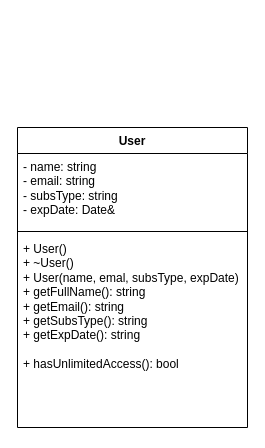
This is dz3.drawio from peerpressurre/diagrams, a draw.io file, before an edit. Source tidied: cells renumbered, new cells numbered last; positions are measured from the earlier drawing's top-left corner, leaving out a move shared by most shapes. Both pictures are drawn from the tidied source at 100%, with x=0, y=0 at pixel (17, 127).
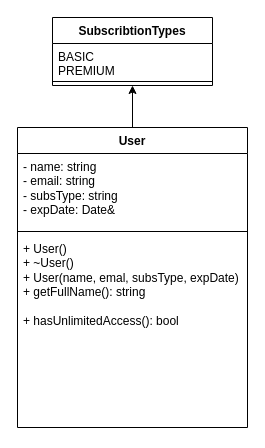
Above is the later version.

The edit, as a diff of the source:
```diff
@@
 <mxGraphModel>
   <root>
     <mxCell id="0" />
     <mxCell id="1" parent="0" />
+    <mxCell id="6" style="edgeStyle=orthogonalEdgeStyle;rounded=0;jettySize=auto;html=1;entryX=0.5;entryY=1;entryDx=0;entryDy=0;" parent="1" edge="1" source="2" target="7">
+      <mxGeometry relative="1" as="geometry" />
+    </mxCell>
     <mxCell id="2" value="User" style="swimlane;fontStyle=1;align=center;verticalAlign=top;horizontal=1;startSize=26;whiteSpace=wrap;html=1;" parent="1" vertex="1">
       <mxGeometry width="230" height="300" as="geometry" />
     </mxCell>
     <mxCell id="3" value="- name: string&lt;br&gt;- email: string&lt;br&gt;- subsType: string&lt;br&gt;- expDate: Date&amp;amp;&amp;nbsp;" style="text;strokeColor=none;fillColor=none;align=left;verticalAlign=top;spacingLeft=4;spacingRight=4;overflow=hidden;whiteSpace=wrap;html=1;" parent="2" vertex="1">
       <mxGeometry y="26" width="230" height="74" as="geometry" />
     </mxCell>
     <mxCell id="4" style="line;strokeWidth=1;fillColor=none;align=left;verticalAlign=middle;spacingTop=-1;spacingLeft=3;spacingRight=3;labelPosition=right;strokeColor=inherit;" parent="2" vertex="1">
       <mxGeometry y="100" width="230" height="8" as="geometry" />
     </mxCell>
-    <mxCell id="5" value="+ User()&lt;br&gt;+ ~User()&lt;br&gt;+ User(name, emal, subsType, expDate)&lt;br&gt;+ getFullName(): string&lt;br&gt;+ getEmail(): string&lt;br&gt;+ getSubsType(): string&lt;br&gt;+ getExpDate(): string&lt;br&gt;&lt;br&gt;+ hasUnlimitedAccess(): bool&lt;br&gt;" style="text;strokeColor=none;fillColor=none;align=left;verticalAlign=top;spacingLeft=4;spacingRight=4;overflow=hidden;whiteSpace=wrap;html=1;" parent="2" vertex="1">
+    <mxCell id="5" value="+ User()&lt;br&gt;+ ~User()&lt;br&gt;+ User(name, emal, subsType, expDate)&lt;br&gt;+ getFullName(): string&lt;br&gt;&lt;br&gt;+ hasUnlimitedAccess(): bool" style="text;strokeColor=none;fillColor=none;align=left;verticalAlign=top;spacingLeft=4;spacingRight=4;overflow=hidden;whiteSpace=wrap;html=1;" parent="2" vertex="1">
       <mxGeometry y="108" width="230" height="192" as="geometry" />
     </mxCell>
+    <mxCell id="7" value="SubscribtionTypes" style="swimlane;fontStyle=1;align=center;verticalAlign=top;horizontal=1;startSize=26;whiteSpace=wrap;html=1;" parent="1" vertex="1">
+      <mxGeometry x="35" y="-110" width="160" height="68" as="geometry" />
+    </mxCell>
+    <mxCell id="8" value="BASIC&amp;nbsp;&lt;br&gt;PREMIUM&amp;nbsp;" style="text;strokeColor=none;fillColor=none;align=left;verticalAlign=top;spacingLeft=4;spacingRight=4;overflow=hidden;whiteSpace=wrap;html=1;" parent="7" vertex="1">
+      <mxGeometry y="26" width="160" height="34" as="geometry" />
+    </mxCell>
+    <mxCell id="9" style="line;strokeWidth=1;fillColor=none;align=left;verticalAlign=middle;spacingTop=-1;spacingLeft=3;spacingRight=3;labelPosition=right;strokeColor=inherit;" parent="7" vertex="1">
+      <mxGeometry y="60" width="160" height="8" as="geometry" />
+    </mxCell>
   </root>
 </mxGraphModel>
```
